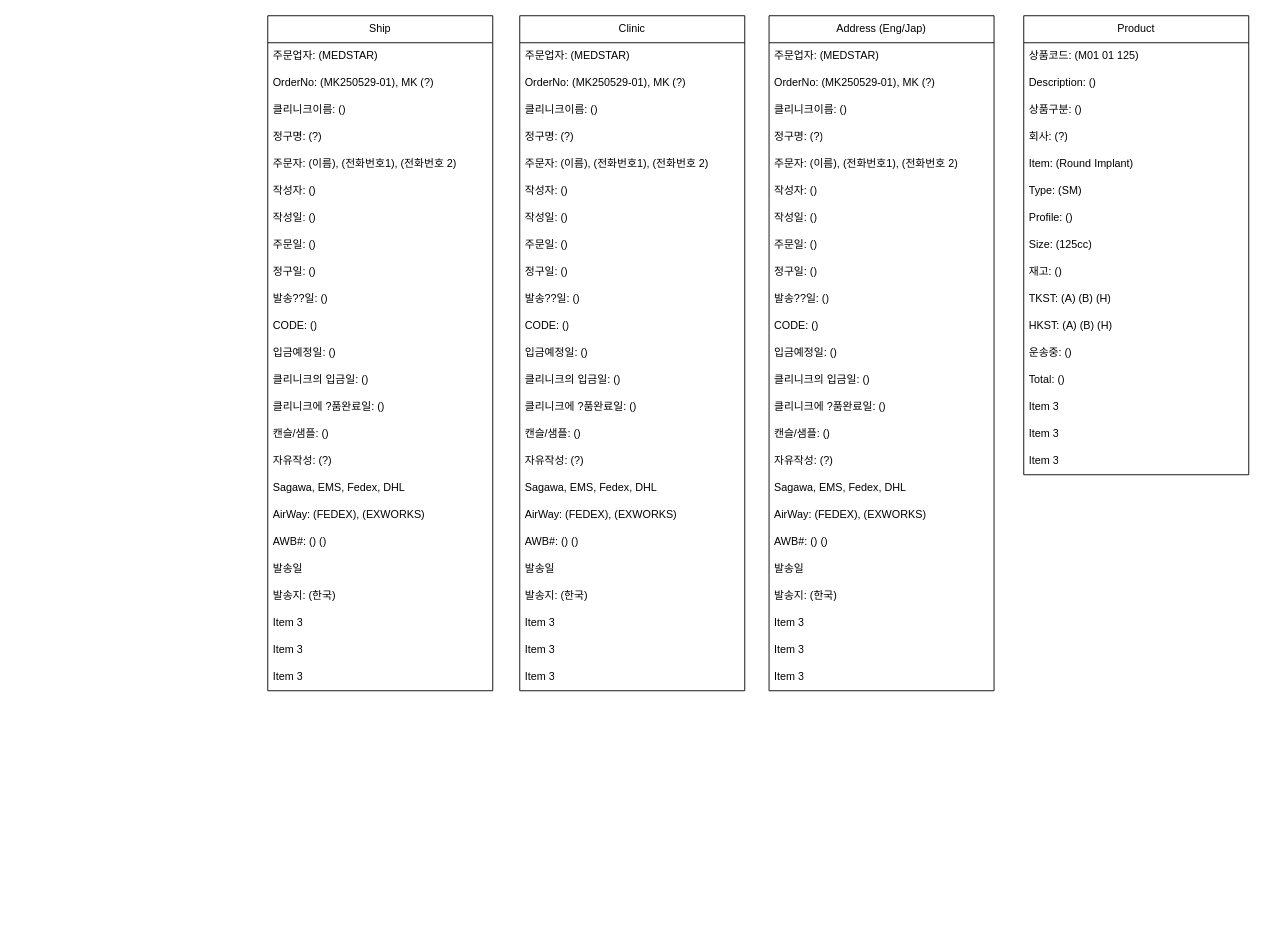
Above: medstar.drawio in danieldotskc/helloworld (draw.io), before the change. Source tidied: cells renumbered, new cells numbered last; positions are measured from the earlier drawing's top-left corner, leaving out a move shared by most shapes. Both pictures are drawn from the tidied source at 90%, with x=0, y=0 at pixel (267, 15).
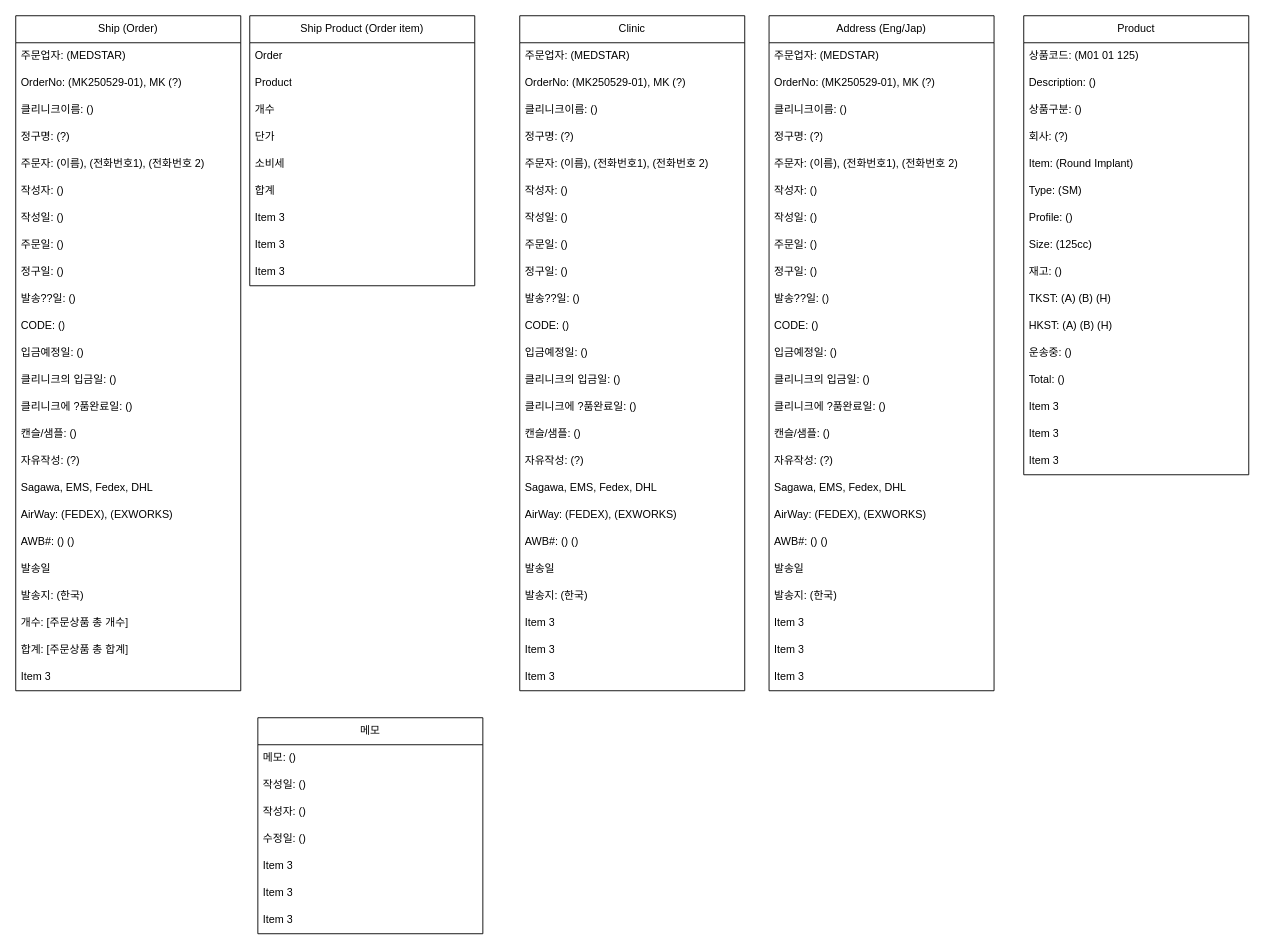
After the change.

Change to the diagram source:
```diff
@@
-    <mxCell id="2" value="Ship" style="swimlane;fontStyle=0;horizontal=1;startSize=30;whiteSpace=wrap;html=1;" parent="1" vertex="1">
-      <mxGeometry width="250" height="750" as="geometry" />
+    <mxCell id="2" value="Ship (Order)" style="swimlane;fontStyle=0;horizontal=1;startSize=30;whiteSpace=wrap;html=1;" parent="1" vertex="1">
+      <mxGeometry x="-280" width="250" height="750" as="geometry" />
     </mxCell>
@@
-    <mxCell id="24" value="Item 3" style="text;strokeColor=none;fillColor=none;align=left;verticalAlign=middle;spacingLeft=4;spacingRight=4;overflow=hidden;whiteSpace=wrap;html=1;" parent="2" vertex="1">
+    <mxCell id="24" value="개수: [주문상품 총 개수]" style="text;strokeColor=none;fillColor=none;align=left;verticalAlign=middle;spacingLeft=4;spacingRight=4;overflow=hidden;whiteSpace=wrap;html=1;" parent="2" vertex="1">
       <mxGeometry y="660" width="250" height="30" as="geometry" />
     </mxCell>
-    <mxCell id="25" value="Item 3" style="text;strokeColor=none;fillColor=none;align=left;verticalAlign=middle;spacingLeft=4;spacingRight=4;overflow=hidden;whiteSpace=wrap;html=1;" parent="2" vertex="1">
+    <mxCell id="25" value="합계: [주문상품 총 합계]" style="text;strokeColor=none;fillColor=none;align=left;verticalAlign=middle;spacingLeft=4;spacingRight=4;overflow=hidden;whiteSpace=wrap;html=1;" parent="2" vertex="1">
       <mxGeometry y="690" width="250" height="30" as="geometry" />
     </mxCell>
@@
+    <mxCell id="94" value="Ship Product (Order item)" style="swimlane;fontStyle=0;horizontal=1;startSize=30;whiteSpace=wrap;html=1;" parent="1" vertex="1">
+      <mxGeometry x="-20" width="250" height="300" as="geometry" />
+    </mxCell>
+    <mxCell id="95" value="Order" style="text;strokeColor=none;fillColor=none;align=left;verticalAlign=middle;spacingLeft=4;spacingRight=4;overflow=hidden;whiteSpace=wrap;html=1;" parent="94" vertex="1">
+      <mxGeometry y="30" width="250" height="30" as="geometry" />
+    </mxCell>
+    <mxCell id="96" value="Product" style="text;strokeColor=none;fillColor=none;align=left;verticalAlign=middle;spacingLeft=4;spacingRight=4;overflow=hidden;whiteSpace=wrap;html=1;" parent="94" vertex="1">
+      <mxGeometry y="60" width="250" height="30" as="geometry" />
+    </mxCell>
+    <mxCell id="97" value="개수" style="text;strokeColor=none;fillColor=none;align=left;verticalAlign=middle;spacingLeft=4;spacingRight=4;overflow=hidden;whiteSpace=wrap;html=1;" parent="94" vertex="1">
+      <mxGeometry y="90" width="250" height="30" as="geometry" />
+    </mxCell>
+    <mxCell id="98" value="단가" style="text;strokeColor=none;fillColor=none;align=left;verticalAlign=middle;spacingLeft=4;spacingRight=4;overflow=hidden;whiteSpace=wrap;html=1;" parent="94" vertex="1">
+      <mxGeometry y="120" width="250" height="30" as="geometry" />
+    </mxCell>
+    <mxCell id="99" value="소비세" style="text;strokeColor=none;fillColor=none;align=left;verticalAlign=middle;spacingLeft=4;spacingRight=4;overflow=hidden;whiteSpace=wrap;html=1;" parent="94" vertex="1">
+      <mxGeometry y="150" width="250" height="30" as="geometry" />
+    </mxCell>
+    <mxCell id="100" value="합계" style="text;strokeColor=none;fillColor=none;align=left;verticalAlign=middle;spacingLeft=4;spacingRight=4;overflow=hidden;whiteSpace=wrap;html=1;" parent="94" vertex="1">
+      <mxGeometry y="180" width="250" height="30" as="geometry" />
+    </mxCell>
+    <mxCell id="101" value="Item 3" style="text;strokeColor=none;fillColor=none;align=left;verticalAlign=middle;spacingLeft=4;spacingRight=4;overflow=hidden;whiteSpace=wrap;html=1;" parent="94" vertex="1">
+      <mxGeometry y="210" width="250" height="30" as="geometry" />
+    </mxCell>
+    <mxCell id="102" value="Item 3" style="text;strokeColor=none;fillColor=none;align=left;verticalAlign=middle;spacingLeft=4;spacingRight=4;overflow=hidden;whiteSpace=wrap;html=1;" parent="94" vertex="1">
+      <mxGeometry y="240" width="250" height="30" as="geometry" />
+    </mxCell>
+    <mxCell id="103" value="Item 3" style="text;strokeColor=none;fillColor=none;align=left;verticalAlign=middle;spacingLeft=4;spacingRight=4;overflow=hidden;whiteSpace=wrap;html=1;" parent="94" vertex="1">
+      <mxGeometry y="270" width="250" height="30" as="geometry" />
+    </mxCell>
+    <mxCell id="104" value="메모" style="swimlane;fontStyle=0;horizontal=1;startSize=30;whiteSpace=wrap;html=1;" parent="1" vertex="1">
+      <mxGeometry x="-11" y="780" width="250" height="240" as="geometry" />
+    </mxCell>
+    <mxCell id="105" value="메모: ()" style="text;strokeColor=none;fillColor=none;align=left;verticalAlign=middle;spacingLeft=4;spacingRight=4;overflow=hidden;whiteSpace=wrap;html=1;" parent="104" vertex="1">
+      <mxGeometry y="30" width="250" height="30" as="geometry" />
+    </mxCell>
+    <mxCell id="106" value="작성일: ()" style="text;strokeColor=none;fillColor=none;align=left;verticalAlign=middle;spacingLeft=4;spacingRight=4;overflow=hidden;whiteSpace=wrap;html=1;" parent="104" vertex="1">
+      <mxGeometry y="60" width="250" height="30" as="geometry" />
+    </mxCell>
+    <mxCell id="107" value="작성자: ()" style="text;strokeColor=none;fillColor=none;align=left;verticalAlign=middle;spacingLeft=4;spacingRight=4;overflow=hidden;whiteSpace=wrap;html=1;" parent="104" vertex="1">
+      <mxGeometry y="90" width="250" height="30" as="geometry" />
+    </mxCell>
+    <mxCell id="108" value="수정일: ()" style="text;strokeColor=none;fillColor=none;align=left;verticalAlign=middle;spacingLeft=4;spacingRight=4;overflow=hidden;whiteSpace=wrap;html=1;" parent="104" vertex="1">
+      <mxGeometry y="120" width="250" height="30" as="geometry" />
+    </mxCell>
+    <mxCell id="109" value="Item 3" style="text;strokeColor=none;fillColor=none;align=left;verticalAlign=middle;spacingLeft=4;spacingRight=4;overflow=hidden;whiteSpace=wrap;html=1;" parent="104" vertex="1">
+      <mxGeometry y="150" width="250" height="30" as="geometry" />
+    </mxCell>
+    <mxCell id="110" value="Item 3" style="text;strokeColor=none;fillColor=none;align=left;verticalAlign=middle;spacingLeft=4;spacingRight=4;overflow=hidden;whiteSpace=wrap;html=1;" parent="104" vertex="1">
+      <mxGeometry y="180" width="250" height="30" as="geometry" />
+    </mxCell>
+    <mxCell id="111" value="Item 3" style="text;strokeColor=none;fillColor=none;align=left;verticalAlign=middle;spacingLeft=4;spacingRight=4;overflow=hidden;whiteSpace=wrap;html=1;" parent="104" vertex="1">
+      <mxGeometry y="210" width="250" height="30" as="geometry" />
+    </mxCell>
```
